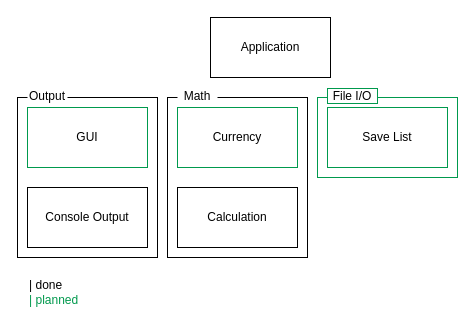
This is res/BudgetPlanner architecture.drawio from Dokaking/BudgetPlanner, a draw.io file, before an edit. Source tidied: cells renumbered, new cells numbered last; positions are measured from the earlier drawing's top-left corner, leaving out a move shared by most shapes. Both pictures are drawn from the tidied source at 100%, with x=0, y=0 at pixel (17, 17).
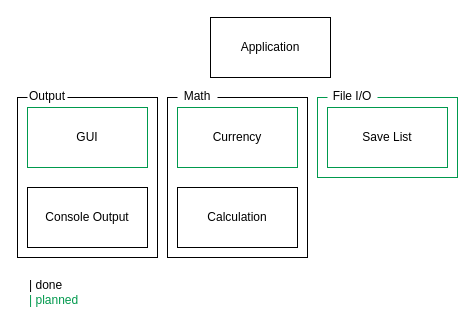
The same page after the edit.

The edit, as a diff of the source:
```diff
@@
 <mxGraphModel>
   <root>
     <mxCell id="0" />
     <mxCell id="1" parent="0" />
     <mxCell id="2" style="rounded=0;whiteSpace=wrap;html=1;" parent="1" vertex="1">
       <mxGeometry x="150" y="80" width="140" height="160" as="geometry" />
     </mxCell>
     <mxCell id="3" style="rounded=0;whiteSpace=wrap;html=1;" parent="1" vertex="1">
       <mxGeometry y="80" width="140" height="160" as="geometry" />
     </mxCell>
     <mxCell id="4" value="Application" style="rounded=0;whiteSpace=wrap;html=1;" parent="1" vertex="1">
       <mxGeometry x="193" width="120" height="60" as="geometry" />
     </mxCell>
     <mxCell id="5" value="Currency" style="rounded=0;whiteSpace=wrap;html=1;strokeColor=#00994D;" parent="1" vertex="1">
       <mxGeometry x="160" y="90" width="120" height="60" as="geometry" />
     </mxCell>
     <mxCell id="6" value="Console Output" style="rounded=0;whiteSpace=wrap;html=1;" parent="1" vertex="1">
       <mxGeometry x="10" y="170" width="120" height="60" as="geometry" />
     </mxCell>
     <mxCell id="7" value="GUI" style="rounded=0;whiteSpace=wrap;html=1;strokeColor=#00994D;" parent="1" vertex="1">
       <mxGeometry x="10" y="90" width="120" height="60" as="geometry" />
     </mxCell>
     <mxCell id="8" value="Calculation" style="rounded=0;whiteSpace=wrap;html=1;" parent="1" vertex="1">
       <mxGeometry x="160" y="170" width="120" height="60" as="geometry" />
     </mxCell>
     <mxCell id="9" value="Output" style="text;html=1;align=center;verticalAlign=middle;whiteSpace=wrap;rounded=0;fillColor=default;" parent="1" vertex="1">
       <mxGeometry x="10" y="71" width="40" height="15" as="geometry" />
     </mxCell>
     <mxCell id="10" value="Math" style="text;html=1;align=center;verticalAlign=middle;whiteSpace=wrap;rounded=0;fillColor=default;" parent="1" vertex="1">
       <mxGeometry x="160" y="71" width="40" height="15" as="geometry" />
     </mxCell>
     <mxCell id="11" style="rounded=0;whiteSpace=wrap;html=1;strokeColor=#00994D;" parent="1" vertex="1">
       <mxGeometry x="300" y="80" width="140" height="80" as="geometry" />
     </mxCell>
     <mxCell id="12" value="Save List" style="rounded=0;whiteSpace=wrap;html=1;strokeColor=#00994D;" parent="1" vertex="1">
       <mxGeometry x="310" y="90" width="120" height="60" as="geometry" />
     </mxCell>
-    <mxCell id="13" value="File I/O" style="text;html=1;align=center;verticalAlign=middle;whiteSpace=wrap;rounded=0;fillColor=default;strokeColor=#00994D;" parent="1" vertex="1">
+    <mxCell id="13" value="File I/O" style="text;html=1;align=center;verticalAlign=middle;whiteSpace=wrap;rounded=0;fillColor=default;strokeColor=none;" parent="1" vertex="1">
       <mxGeometry x="310" y="71" width="50" height="15" as="geometry" />
     </mxCell>
     <mxCell id="14" value="| done&lt;div&gt;&lt;font color=&quot;#00994d&quot;&gt;| planned&lt;/font&gt;&lt;/div&gt;" style="text;html=1;align=left;verticalAlign=middle;whiteSpace=wrap;rounded=0;" parent="1" vertex="1">
       <mxGeometry x="10" y="260" width="60" height="30" as="geometry" />
     </mxCell>
   </root>
 </mxGraphModel>
```
